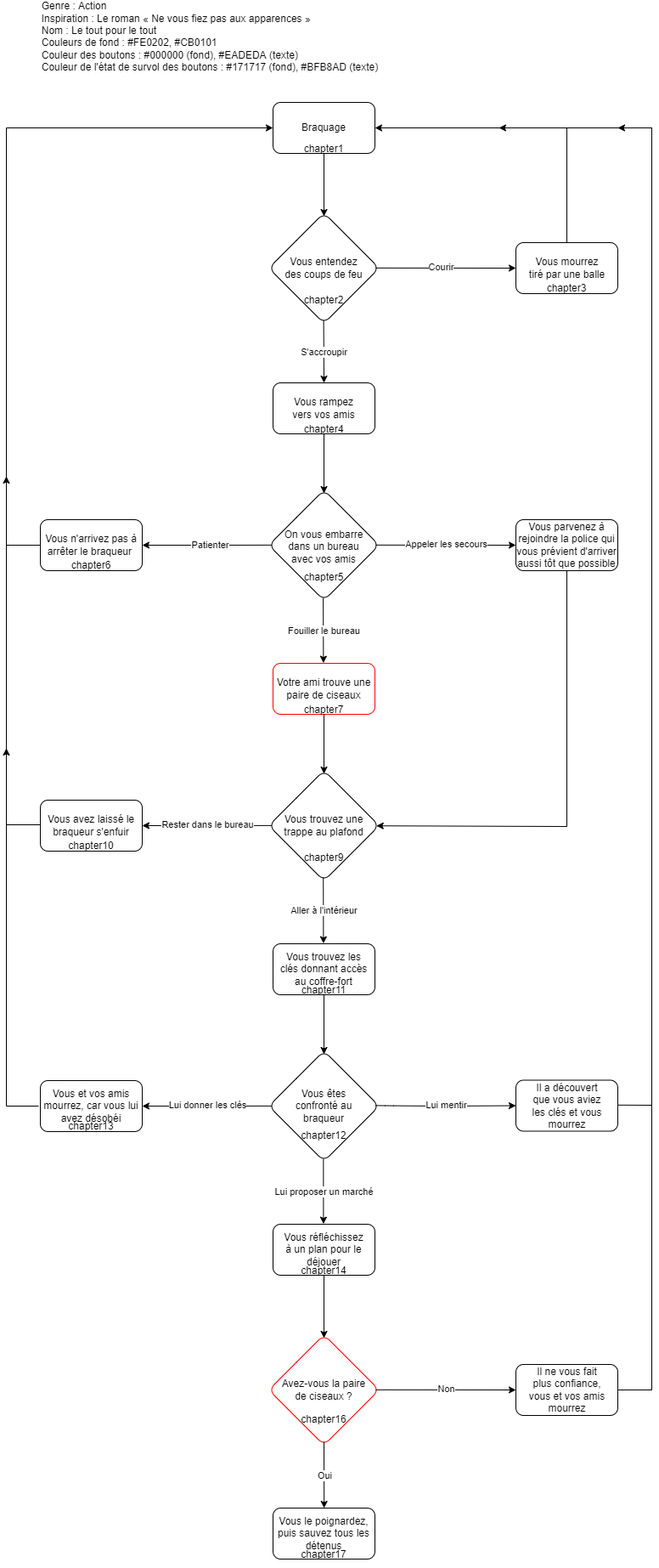
Earlier version of the draw.io export assets/schema.png (M-lie/vous-etes-le-heros-le-tout-pour-le-tout). Source tidied: cells renumbered, new cells last; positions are measured from the earlier drawing's top-left corner, leaving out a move shared by most shapes.
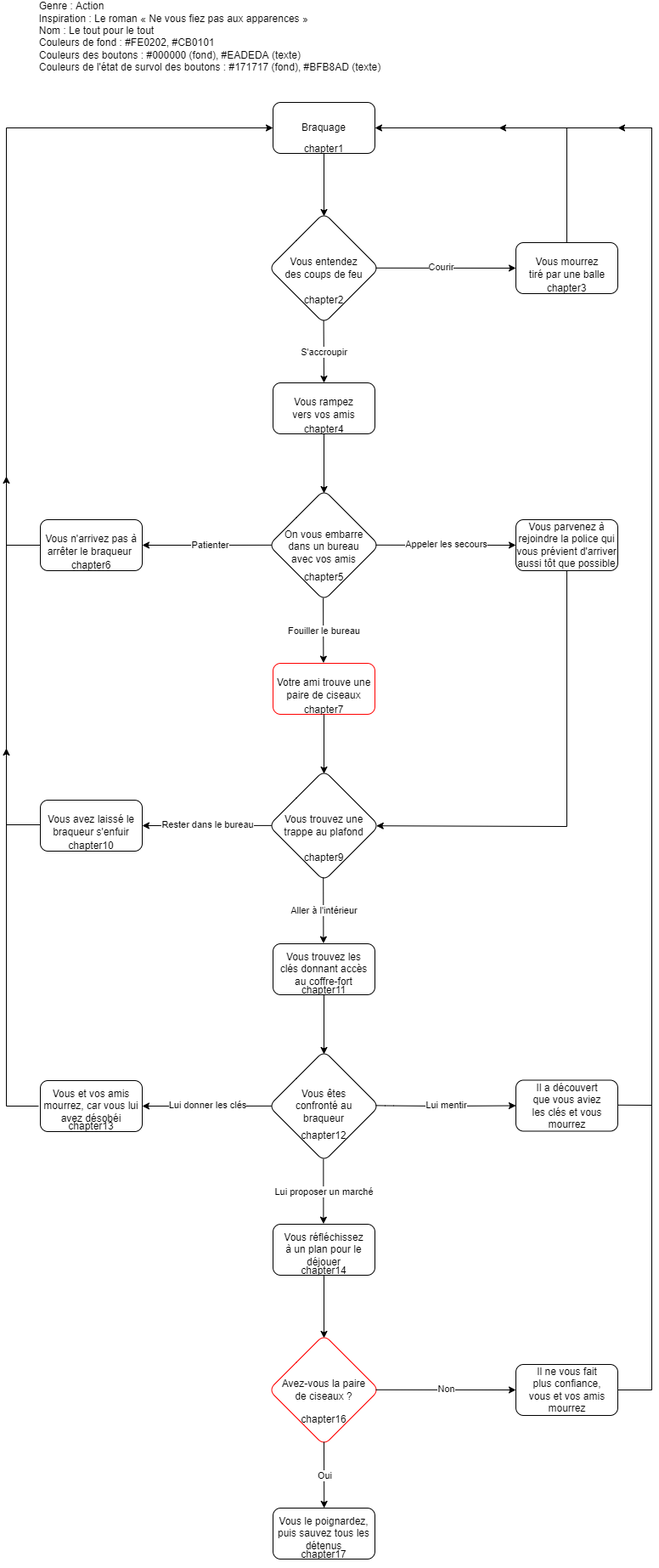
Later version of the same file.

What changed in the source:
```diff
@@ -2,7 +2,7 @@
   <root>
     <mxCell id="0" />
     <mxCell id="1" parent="0" />
-    <mxCell id="2" value="&lt;div style=&quot;text-align: left&quot;&gt;&lt;span&gt;Genre : Action&lt;/span&gt;&lt;/div&gt;&lt;div style=&quot;text-align: left&quot;&gt;&lt;span&gt;Inspiration : Le roman « Ne vous fiez pas aux apparences »&lt;/span&gt;&lt;/div&gt;&lt;div style=&quot;text-align: left&quot;&gt;Nom : Le tout pour le tout&lt;/div&gt;&lt;div style=&quot;text-align: left&quot;&gt;Couleurs de fond : #FE0202, #CB0101&lt;/div&gt;&lt;div style=&quot;text-align: left&quot;&gt;Couleur des boutons : #000000 (fond), #EADEDA (texte)&lt;/div&gt;&lt;div style=&quot;text-align: left&quot;&gt;Couleur de l'état de survol des boutons : #171717 (fond), #BFB8AD (texte)&lt;/div&gt;&lt;div style=&quot;text-align: left&quot;&gt;&lt;br&gt;&lt;/div&gt;" style="text;html=1;strokeColor=none;fillColor=none;align=center;verticalAlign=middle;whiteSpace=wrap;rounded=0;fontColor=#000000;" parent="1" vertex="1">
+    <mxCell id="2" value="&lt;div style=&quot;text-align: left&quot;&gt;&lt;span&gt;Genre : Action&lt;/span&gt;&lt;/div&gt;&lt;div style=&quot;text-align: left&quot;&gt;&lt;span&gt;Inspiration : Le roman « Ne vous fiez pas aux apparences »&lt;/span&gt;&lt;/div&gt;&lt;div style=&quot;text-align: left&quot;&gt;Nom : Le tout pour le tout&lt;/div&gt;&lt;div style=&quot;text-align: left&quot;&gt;Couleurs de fond : #FE0202, #CB0101&lt;/div&gt;&lt;div style=&quot;text-align: left&quot;&gt;Couleurs des boutons : #000000 (fond), #EADEDA (texte)&lt;/div&gt;&lt;div style=&quot;text-align: left&quot;&gt;Couleurs de l'état de survol des boutons : #171717 (fond), #BFB8AD (texte)&lt;/div&gt;&lt;div style=&quot;text-align: left&quot;&gt;&lt;br&gt;&lt;/div&gt;" style="text;html=1;strokeColor=none;fillColor=none;align=center;verticalAlign=middle;whiteSpace=wrap;rounded=0;fontColor=#000000;" parent="1" vertex="1">
       <mxGeometry x="35" width="410" height="100" as="geometry" />
     </mxCell>
     <mxCell id="3" style="edgeStyle=none;html=1;entryX=0.5;entryY=0;entryDx=0;entryDy=0;exitX=0.5;exitY=1;exitDx=0;exitDy=0;fontColor=#000000;strokeColor=#000000;" parent="1" edge="1" source="4">
```
